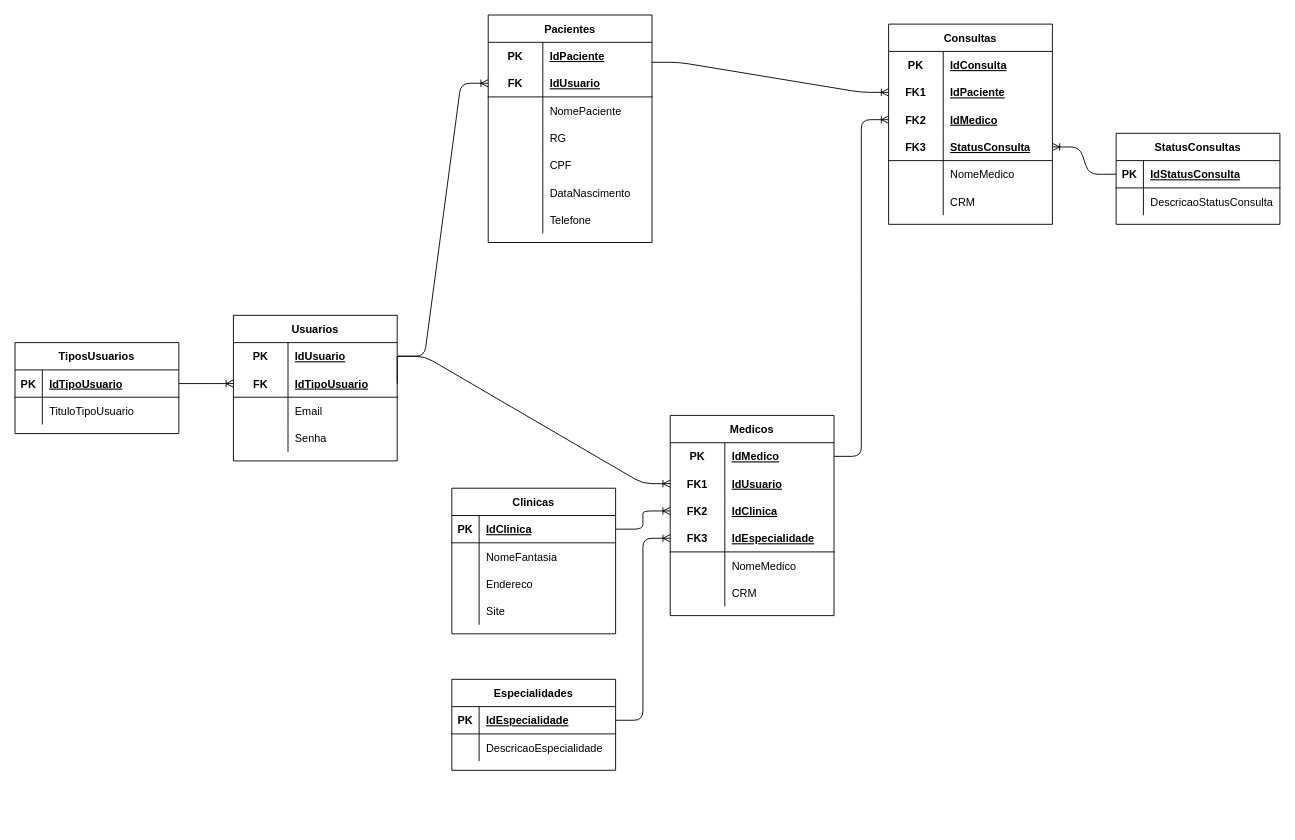
Above: page "Lógico" (2 of 2) of SP_Medical_Group/SP_Medical_Group_Modelos.drawio in Carlos-Augusto-Roque/Sprint1_bd (draw.io), before the change. Source tidied: cells renumbered, new cells numbered last; positions are measured from the earlier drawing's top-left corner, leaving out a move shared by most shapes. Both pictures are drawn from the tidied source at 91%, with x=0, y=0 at pixel (15, 15).
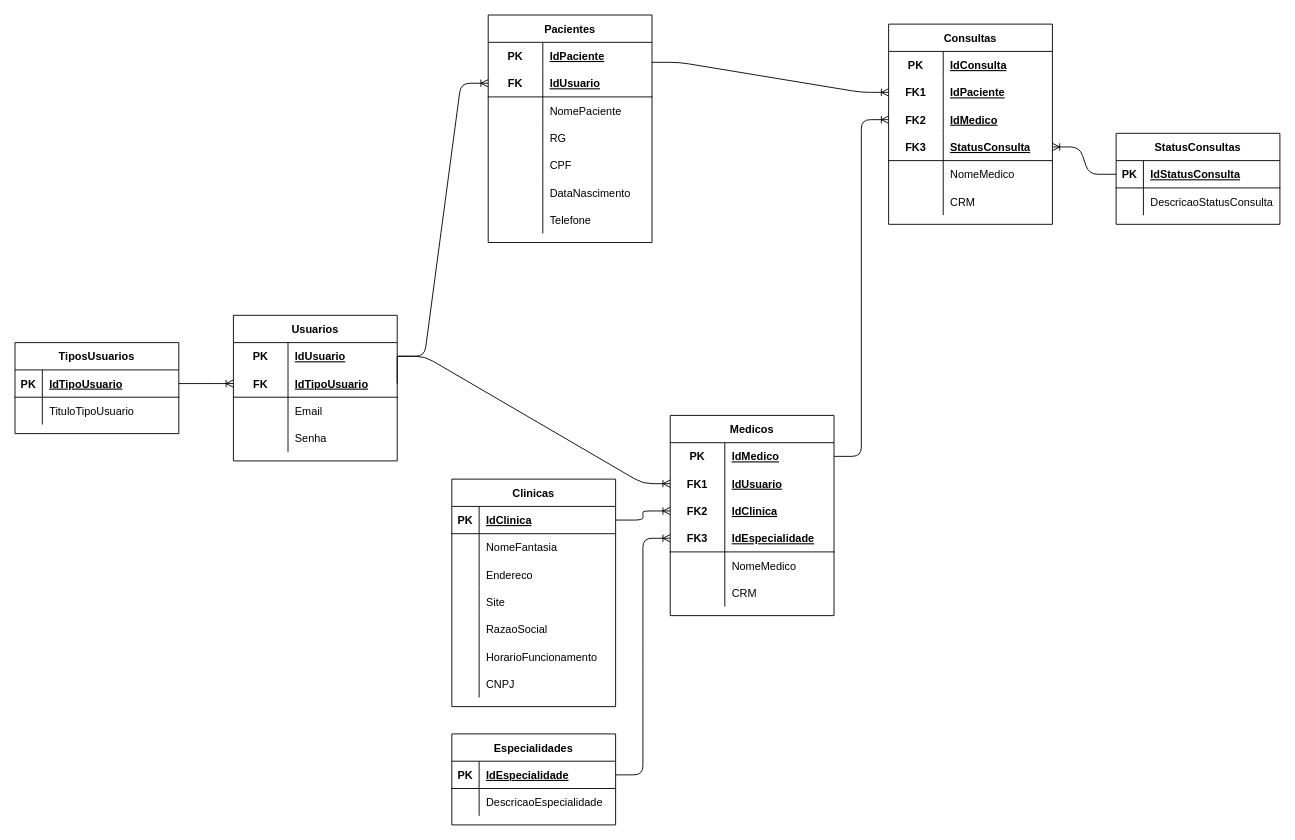
After the change.

The edit, as a diff of the source:
```diff
@@
     <mxCell id="9" value="Especialidades" style="shape=table;startSize=30;childLayout=tableLayout;rowLines=0;fontStyle=1;align=center;" parent="1" vertex="1">
-      <mxGeometry x="480" y="730" width="180" height="100" as="geometry" />
+      <mxGeometry x="480" y="790" width="180" height="100" as="geometry" />
     </mxCell>
@@
     <mxCell id="97" value="Clinicas" style="shape=table;startSize=30;childLayout=tableLayout;rowLines=0;fontStyle=1;align=center;" parent="1" vertex="1">
-      <mxGeometry x="480" y="520" width="180" height="160" as="geometry" />
+      <mxGeometry x="480" y="510" width="180" height="250" as="geometry" />
     </mxCell>
@@
+    <mxCell id="118" style="shape=partialRectangle;fillColor=none;top=0;left=0;bottom=0;right=0;" parent="97" vertex="1">
+      <mxGeometry y="150" width="180" height="30" as="geometry" />
+    </mxCell>
+    <mxCell id="119" style="shape=partialRectangle;fillColor=none;top=0;left=0;bottom=0;right=0;overflow=hidden;" parent="118" vertex="1">
+      <mxGeometry width="30" height="30" as="geometry" />
+    </mxCell>
+    <mxCell id="120" value="RazaoSocial" style="shape=partialRectangle;fillColor=none;top=0;left=0;bottom=0;right=0;align=left;spacingLeft=6;overflow=hidden;" parent="118" vertex="1">
+      <mxGeometry x="30" width="150" height="30" as="geometry" />
+    </mxCell>
+    <mxCell id="121" style="shape=partialRectangle;fillColor=none;top=0;left=0;bottom=0;right=0;" parent="97" vertex="1">
+      <mxGeometry y="180" width="180" height="30" as="geometry" />
+    </mxCell>
+    <mxCell id="122" style="shape=partialRectangle;fillColor=none;top=0;left=0;bottom=0;right=0;overflow=hidden;" parent="121" vertex="1">
+      <mxGeometry width="30" height="30" as="geometry" />
+    </mxCell>
+    <mxCell id="123" value="HorarioFuncionamento" style="shape=partialRectangle;fillColor=none;top=0;left=0;bottom=0;right=0;align=left;spacingLeft=6;overflow=hidden;" parent="121" vertex="1">
+      <mxGeometry x="30" width="150" height="30" as="geometry" />
+    </mxCell>
+    <mxCell id="124" style="shape=partialRectangle;fillColor=none;top=0;left=0;bottom=0;right=0;" parent="97" vertex="1">
+      <mxGeometry y="210" width="180" height="30" as="geometry" />
+    </mxCell>
+    <mxCell id="125" style="shape=partialRectangle;fillColor=none;top=0;left=0;bottom=0;right=0;overflow=hidden;" parent="124" vertex="1">
+      <mxGeometry width="30" height="30" as="geometry" />
+    </mxCell>
+    <mxCell id="126" value="CNPJ" style="shape=partialRectangle;fillColor=none;top=0;left=0;bottom=0;right=0;align=left;spacingLeft=6;overflow=hidden;" parent="124" vertex="1">
+      <mxGeometry x="30" width="150" height="30" as="geometry" />
+    </mxCell>
```
